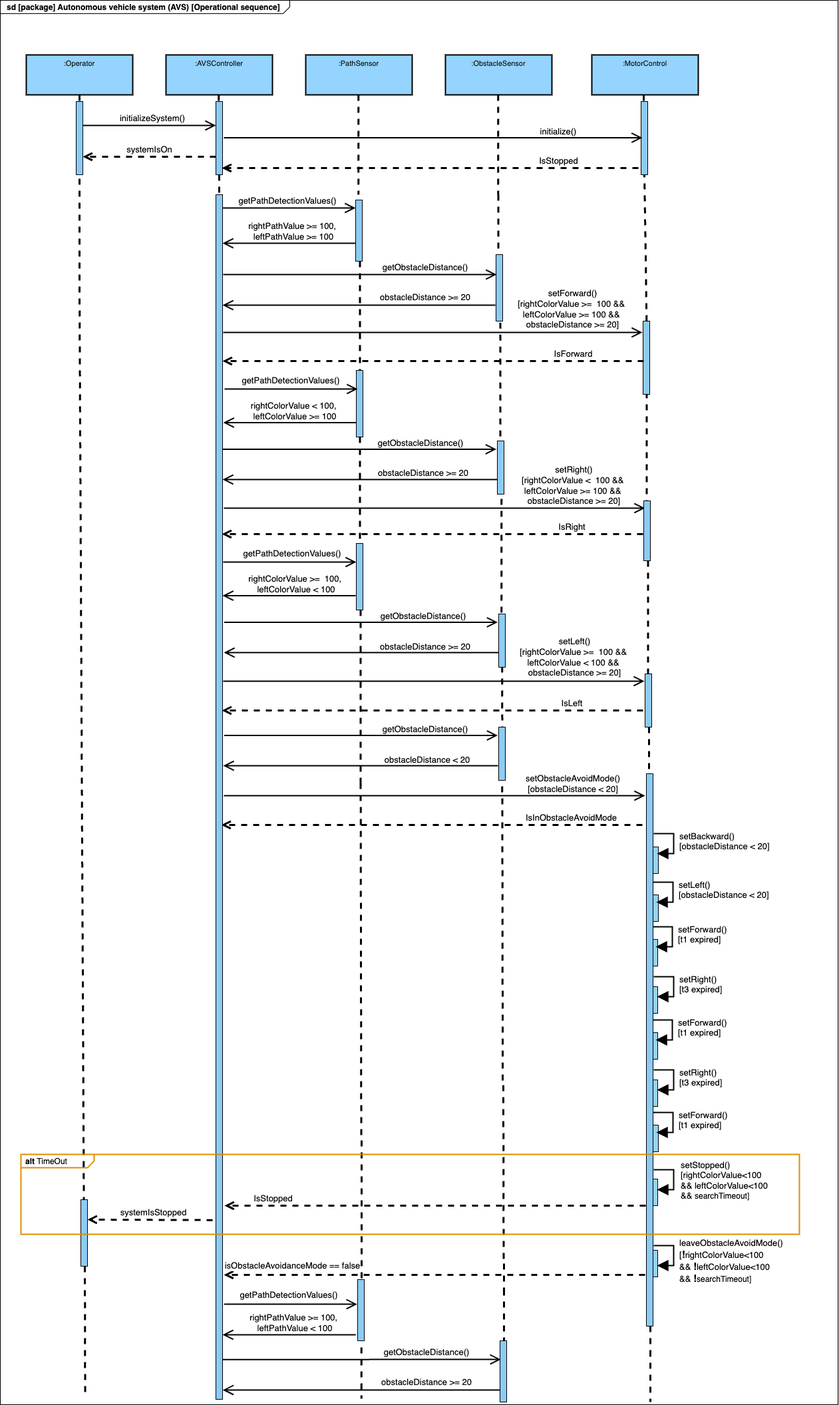
The draw.io diagram SysML Diagrams/Visualization/SequenceDiagram.png in DariaShushkova/Autonomous_vehicle_prototype, before a commit. Source tidied: cells renumbered, new cells last; positions are measured from the earlier drawing's top-left corner, leaving out a move shared by most shapes.
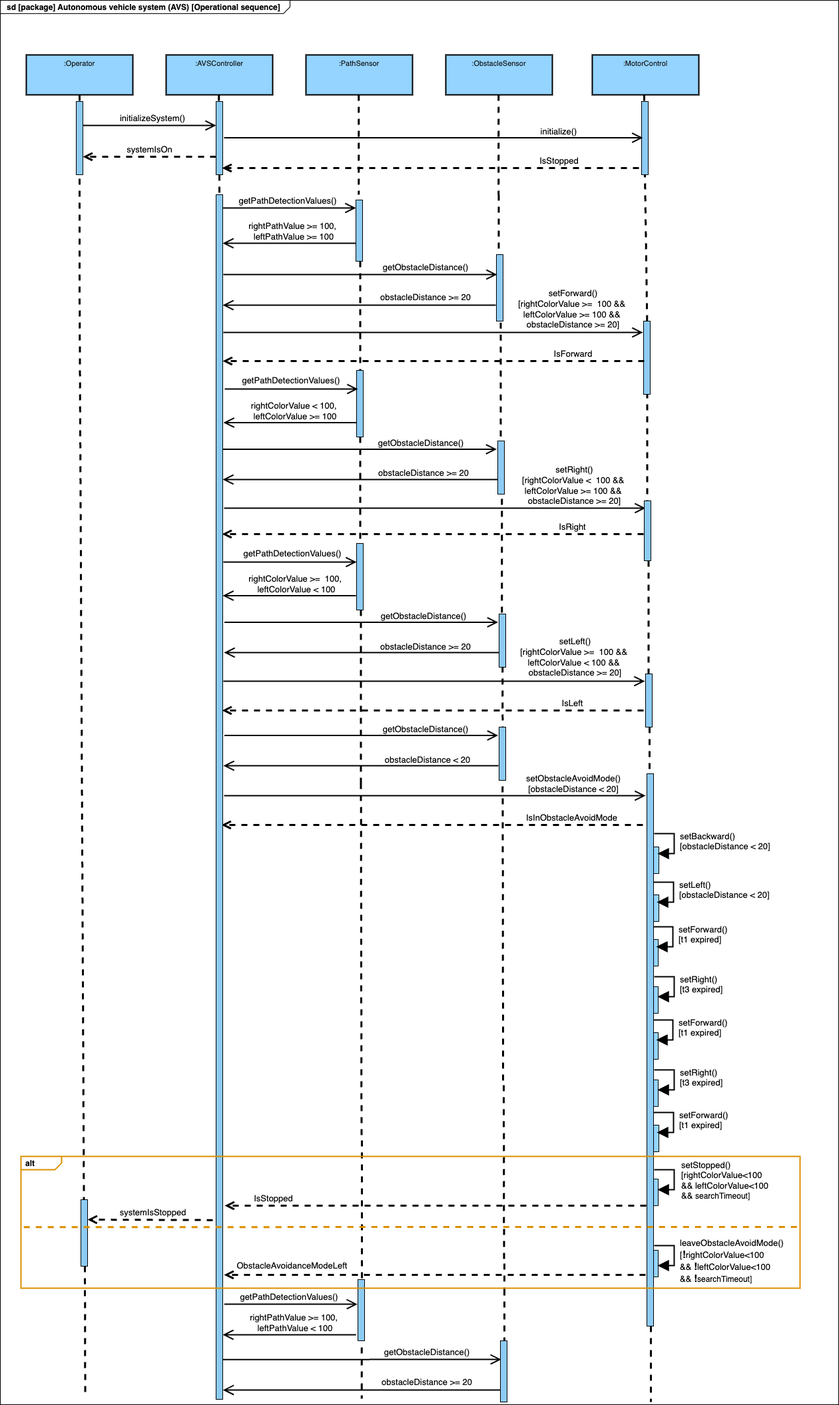
The same file after the commit.

Commit message:
corrected container in the sequence diagram

The edit, as a diff of the source:
```diff
@@ -556,7 +556,7 @@
     <mxCell id="114" style="html=1;perimeter=orthogonalPerimeter;targetShapes=umlLifeline;newEdgeStyle={&quot;curved&quot;:0,&quot;rounded&quot;:0};strokeColor=light-dark(#000000,#000000);align=center;verticalAlign=top;fontFamily=Helvetica;fontSize=11;labelBackgroundColor=#ffffff;fillColor=light-dark(#000000,#8DCBF4);gradientColor=none;" parent="1" vertex="1">
       <mxGeometry x="971" y="1162" width="10" height="830" as="geometry" />
     </mxCell>
-    <mxCell id="115" value="isObstacleAvoidanceMode == false" style="html=1;verticalAlign=bottom;endArrow=open;dashed=1;endSize=8;curved=0;rounded=0;strokeColor=light-dark(#000000,#000000);strokeWidth=3;align=center;fontFamily=Helvetica;fontSize=13;fontColor=light-dark(#000000,#000000);labelBackgroundColor=light-dark(#FFFFFF,transparent);edgeStyle=none;" parent="1" edge="1">
+    <mxCell id="115" value="ObstacleAvoidanceModeLeft" style="html=1;verticalAlign=bottom;endArrow=open;dashed=1;endSize=8;curved=0;rounded=0;strokeColor=light-dark(#000000,#000000);strokeWidth=3;align=center;fontFamily=Helvetica;fontSize=13;fontColor=light-dark(#000000,#000000);labelBackgroundColor=light-dark(#FFFFFF,transparent);edgeStyle=none;" parent="1" edge="1">
       <mxGeometry x="0.67" y="-3" relative="1" as="geometry">
         <mxPoint x="969" y="1915" as="sourcePoint" />
         <mxPoint x="336" y="1915" as="targetPoint" />
@@ -633,7 +633,7 @@
       </mxGeometry>
     </mxCell>
     <mxCell id="129" value="getPathDetectionValues()" style="text;html=1;align=center;verticalAlign=middle;whiteSpace=wrap;rounded=0;fontFamily=Helvetica;fontSize=13;fontColor=light-dark(#000000,#000000);labelBackgroundColor=light-dark(#FFFFFF,transparent);" parent="1" vertex="1">
-      <mxGeometry x="361.4" y="1936" width="146" height="17" as="geometry" />
+      <mxGeometry x="361.4" y="1939" width="146" height="17" as="geometry" />
     </mxCell>
     <mxCell id="130" style="endArrow=open;endFill=1;endSize=12;html=1;rounded=0;strokeColor=light-dark(#000000,#000000);strokeWidth=2;align=center;verticalAlign=bottom;fontFamily=Helvetica;fontSize=13;fontColor=light-dark(#000000,#000000);labelBackgroundColor=light-dark(#FFFFFF,transparent);edgeStyle=none;exitX=0.5;exitY=0.967;exitDx=0;exitDy=0;exitPerimeter=0;" parent="1" edge="1">
       <mxGeometry relative="1" as="geometry">
@@ -670,8 +670,14 @@
         <mxPoint x="977" y="2106" as="targetPoint" />
       </mxGeometry>
     </mxCell>
-    <mxCell id="138" value="&lt;p style=&quot;margin:0px;margin-top:4px;margin-left:7px;text-align:left;&quot;&gt;&lt;font style=&quot;color: light-dark(rgb(0, 0, 0), rgb(0, 0, 0));&quot;&gt;&lt;b&gt;alt&lt;/b&gt;&amp;nbsp;TimeOut&lt;/font&gt;&lt;/p&gt;" style="html=1;shape=mxgraph.sysml.package;overflow=fill;labelX=110;strokeWidth=2;align=center;fillColor=light-dark(#FFFFFF,transparent);strokeColor=light-dark(#F0A30A,#DB8E00);" parent="1" vertex="1">
-      <mxGeometry x="31" y="1734" width="1170" height="120" as="geometry" />
+    <mxCell id="138" value="&lt;p style=&quot;margin:0px;margin-top:4px;margin-left:7px;text-align:left;&quot;&gt;&lt;font style=&quot;color: light-dark(rgb(0, 0, 0), rgb(0, 0, 0));&quot;&gt;&lt;b&gt;alt&lt;/b&gt;&amp;nbsp;&lt;/font&gt;&lt;/p&gt;" style="html=1;shape=mxgraph.sysml.package;overflow=fill;labelX=61.67;strokeWidth=2;align=center;fillColor=light-dark(#FFFFFF,transparent);strokeColor=light-dark(#F0A30A,#DB8E00);" parent="1" vertex="1">
+      <mxGeometry x="31" y="1737" width="1170" height="198" as="geometry" />
     </mxCell>
+    <mxCell id="139" style="endArrow=none;dashed=1;html=1;rounded=0;strokeColor=light-dark(#F0A30A,#DB8E00);strokeWidth=3;exitX=0.002;exitY=0.614;exitDx=0;exitDy=0;exitPerimeter=0;" parent="1" edge="1">
+      <mxGeometry relative="1" as="geometry">
+        <mxPoint x="35.3" y="1843.2" as="sourcePoint" />
+        <mxPoint x="1197" y="1843" as="targetPoint" />
+      </mxGeometry>
+    </mxCell>
   </root>
 </mxGraphModel>
```
